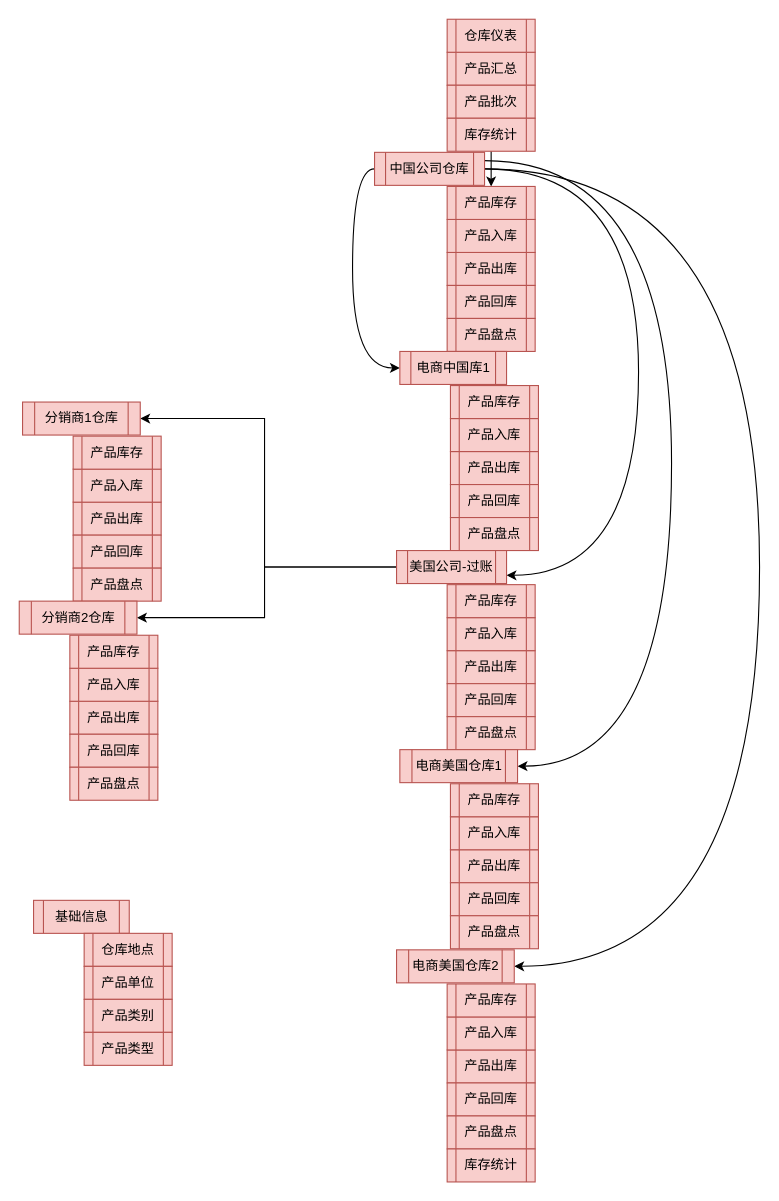
This is page "menu" (4 of 6) of ERDiagram.drawio from sbosleo/sbosmobile, a draw.io file, before an edit. Source tidied: cells renumbered, new cells numbered last; positions are measured from the earlier drawing's top-left corner, leaving out a move shared by most shapes. Both pictures are drawn from the tidied source at 110%, with x=0, y=0 at pixel (19, 19).
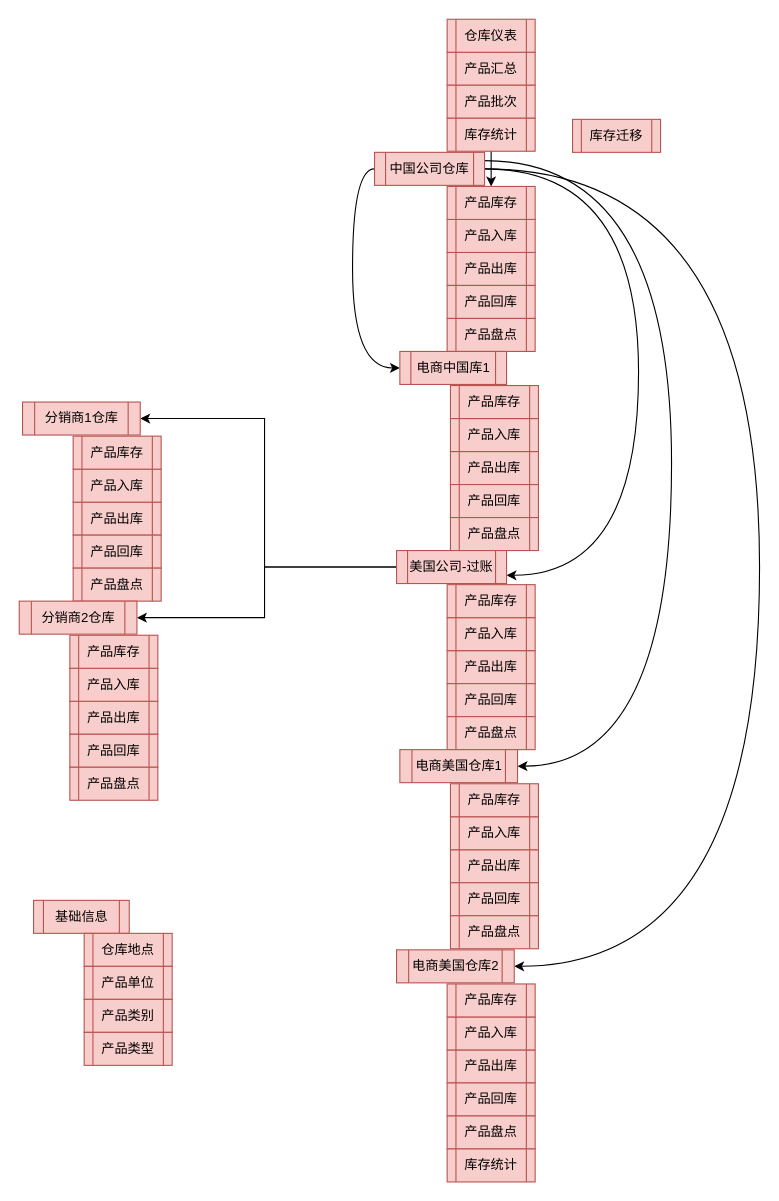
The same page after the edit.

The edit, as a diff of the source:
```diff
@@
+    <mxCell id="61" value="库存迁移" style="shape=process;whiteSpace=wrap;html=1;backgroundOutline=1;fillColor=#f8cecc;strokeColor=#b85450;" parent="1" vertex="1">
+      <mxGeometry x="503" y="91" width="80" height="30" as="geometry" />
+    </mxCell>
```
